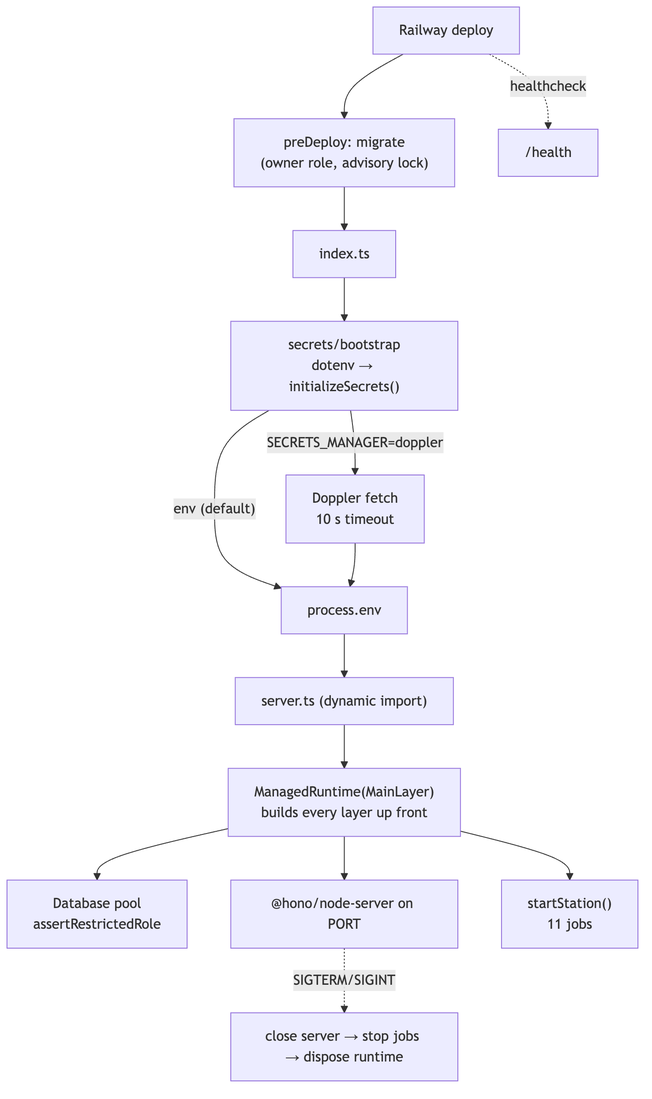
Before: docs/architecture/03-api-boot.png, a diagram exported from Mermaid (Expendi/Expendi-business). Its source is kept beside it as docs/architecture/src/03-api-boot.mmd.
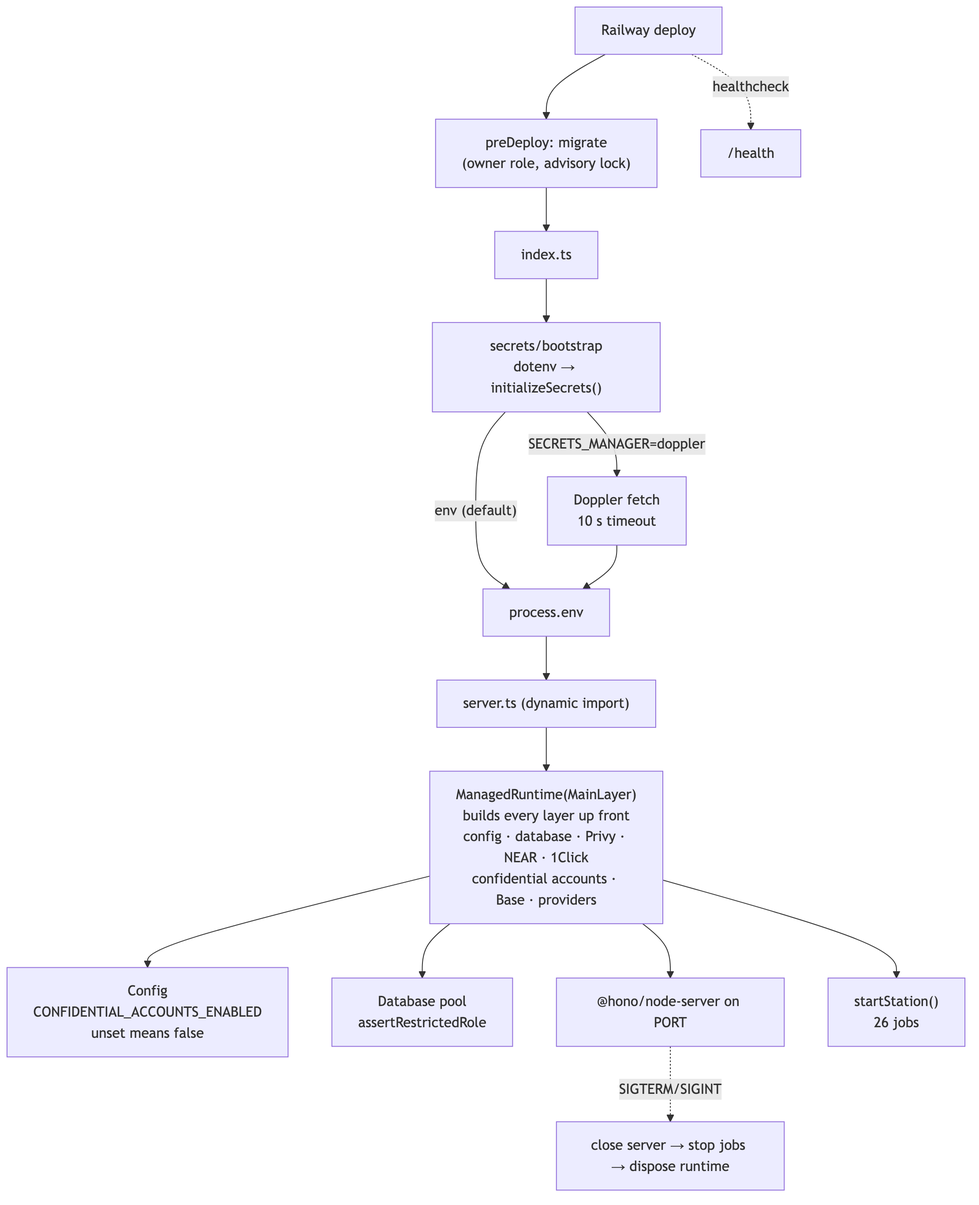
The same file after the commit.

Change to the diagram source:
```diff
@@ -4,10 +4,11 @@
   BOOT -- "env (default)" --> ENV["process.env"]
   DOP --> ENV
   ENV --> SRV["server.ts (dynamic import)"]
-  SRV --> RT["ManagedRuntime(MainLayer)<br/>builds every layer up front"]
+  SRV --> RT["ManagedRuntime(MainLayer)<br/>builds every layer up front<br/>config · database · Privy · NEAR · 1Click<br/>confidential accounts · Base · providers"]
+  RT --> CFG["Config<br/>CONFIDENTIAL_ACCOUNTS_ENABLED<br/>unset means false"]
   RT --> DBC["Database pool<br/>assertRestrictedRole"]
   RT --> SERVE["@hono/node-server on PORT"]
-  RT --> ST["startStation()<br/>11 jobs"]
+  RT --> ST["startStation()<br/>26 jobs"]
   SERVE -. "SIGTERM/SIGINT" .-> STOP["close server → stop jobs → dispose runtime"]
   RAIL["Railway deploy"] --> MIG["preDeploy: migrate<br/>(owner role, advisory lock)"]
   MIG --> IDX
```
